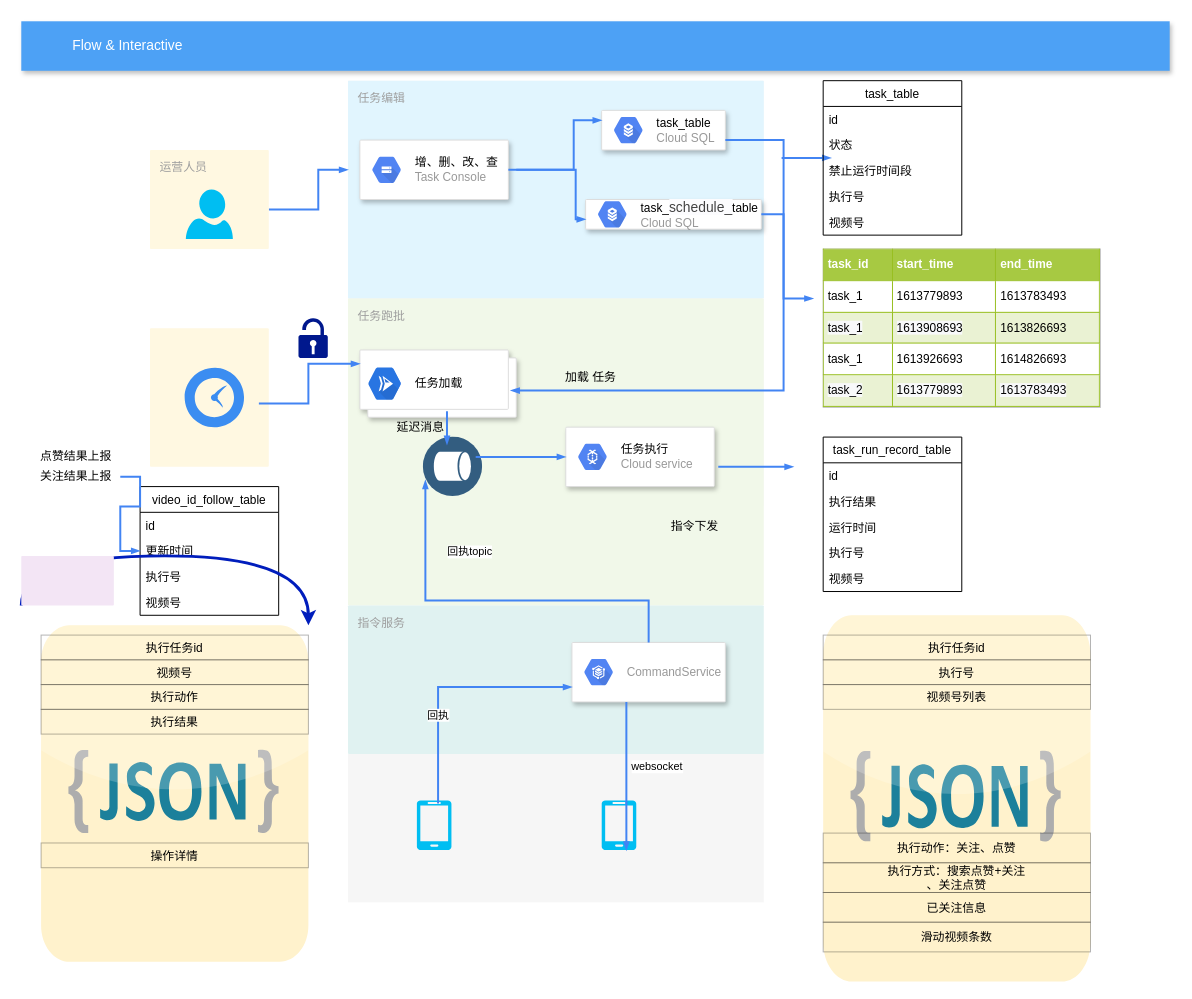
The draw.io diagram craft/task_magr1.drawio in feihu618/drawio, before the edit. Source tidied: cells renumbered, new cells numbered last; positions are measured from the earlier drawing's top-left corner, leaving out a move shared by most shapes. Both pictures are drawn from the tidied source at 99%, with x=0, y=0 at pixel (21, 21).
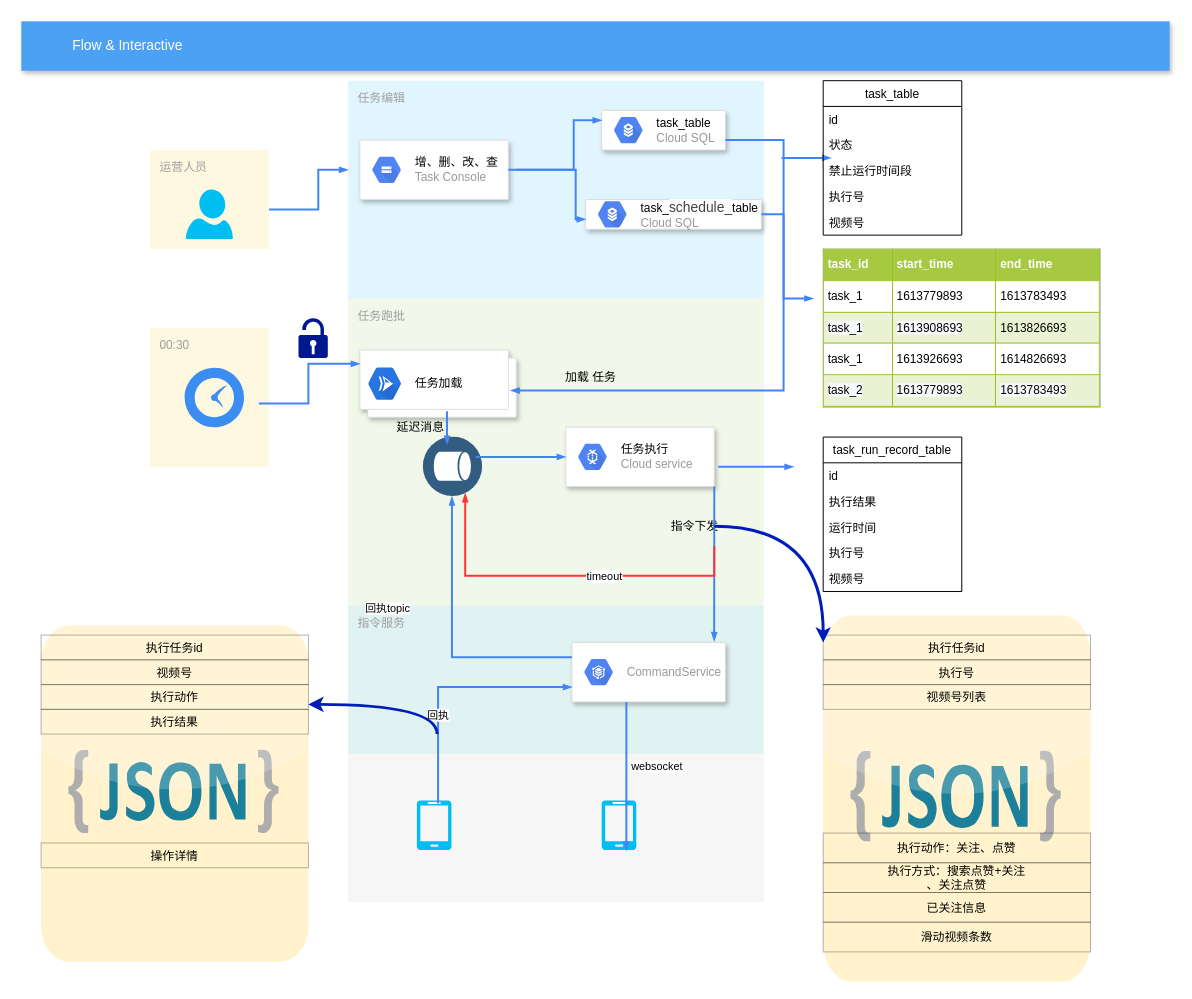
After the change.

Unchanged cells that the change refers to:
```xml
<mxCell id="33" style="strokeColor=#dddddd;fillColor=#ffffff;shadow=1;strokeWidth=1;rounded=1;absoluteArcSize=1;arcSize=2;fontSize=10;fontColor=#9E9E9E;align=center;html=1;" parent="1" vertex="1">
  <mxGeometry x="550" y="410" width="150" height="60" as="geometry" />
</mxCell>
<mxCell id="38" style="perimeter=ellipsePerimeter;html=1;align=center;shadow=0;dashed=0;fontColor=#4277BB;labelBackgroundColor=#ffffff;fontSize=12;spacingTop=3;image;image=img/lib/ibm/data/data_services.svg;direction=south;" parent="1" vertex="1">
  <mxGeometry x="405" y="420" width="60" height="60" as="geometry" />
</mxCell>
<mxCell id="65" style="dashed=0;outlineConnect=0;html=1;align=center;labelPosition=center;verticalLabelPosition=bottom;verticalAlign=top;shape=mxgraph.webicons.json_2;fillColor=#fff2cc;strokeColor=#d6b656;" parent="1" vertex="1">
  <mxGeometry x="20" y="610" width="270" height="340" as="geometry" />
</mxCell>
<mxCell id="79" style="strokeColor=#dddddd;shadow=1;strokeWidth=1;rounded=1;absoluteArcSize=1;arcSize=2;" parent="1" vertex="1">
  <mxGeometry x="556.2" y="627.5" width="155" height="60" as="geometry" />
</mxCell>
```

The edit, as a diff of the source:
```diff
@@
-    <mxCell id="7" style="rounded=1;absoluteArcSize=1;arcSize=2;html=1;strokeColor=none;gradientColor=none;shadow=0;dashed=0;strokeColor=none;fontSize=12;fontColor=#9E9E9E;align=left;verticalAlign=top;spacing=10;spacingTop=-4;fillColor=#FFF8E1;" parent="1" vertex="1">
+    <mxCell id="7" value="00:30" style="rounded=1;absoluteArcSize=1;arcSize=2;html=1;strokeColor=none;gradientColor=none;shadow=0;dashed=0;strokeColor=none;fontSize=12;fontColor=#9E9E9E;align=left;verticalAlign=top;spacing=10;spacingTop=-4;fillColor=#FFF8E1;" parent="1" vertex="1">
       <mxGeometry x="130" y="310" width="120" height="140" as="geometry" />
     </mxCell>
@@
-    <mxCell id="53" value="video_id_follow_table" style="swimlane;fontStyle=0;horizontal=1;startSize=26;fillColor=none;" parent="1" vertex="1">
-      <mxGeometry x="120" y="470" width="140" height="130" as="geometry" />
-    </mxCell>
-    <mxCell id="54" value="id" style="text;strokeColor=none;fillColor=none;align=left;verticalAlign=top;spacingLeft=4;spacingRight=4;overflow=hidden;" parent="53" vertex="1">
-      <mxGeometry y="26" width="140" height="26" as="geometry" />
-    </mxCell>
-    <mxCell id="55" value="更新时间" style="text;strokeColor=none;fillColor=none;align=left;verticalAlign=top;spacingLeft=4;spacingRight=4;overflow=hidden;" parent="53" vertex="1">
-      <mxGeometry y="52" width="140" height="26" as="geometry" />
-    </mxCell>
-    <mxCell id="56" value="执行号" style="text;strokeColor=none;fillColor=none;align=left;verticalAlign=top;spacingLeft=4;spacingRight=4;overflow=hidden;" parent="53" vertex="1">
-      <mxGeometry y="78" width="140" height="26" as="geometry" />
-    </mxCell>
-    <mxCell id="57" value="视频号" style="text;strokeColor=none;fillColor=none;align=left;verticalAlign=top;spacingLeft=4;spacingRight=4;overflow=hidden;" parent="53" vertex="1">
-      <mxGeometry y="104" width="140" height="26" as="geometry" />
-    </mxCell>
@@
-    <mxCell id="66" style="edgeStyle=orthogonalEdgeStyle;jettySize=auto;html=1;exitX=0;exitY=1;exitDx=0;exitDy=0;exitPerimeter=0;curved=1;fillColor=#0050ef;strokeColor=#001DBC;strokeWidth=3;" parent="1" edge="1" source="67" target="65">
-      <mxGeometry relative="1" as="geometry">
-        <Array as="points">
-          <mxPoint x="290" y="540" />
-        </Array>
-      </mxGeometry>
-    </mxCell>
-    <mxCell id="67" style="points=[[0,0,0],[0.25,0,0],[0.5,0,0],[0.75,0,0],[1,0,0],[1,0.25,0],[1,0.5,0],[1,0.75,0],[1,1,0],[0.75,1,0],[0.5,1,0],[0.25,1,0],[0,1,0],[0,0.75,0],[0,0.5,0],[0,0.25,0]];rounded=1;absoluteArcSize=1;arcSize=2;html=1;strokeColor=none;gradientColor=none;shadow=0;dashed=0;fontSize=12;fontColor=#9E9E9E;align=left;verticalAlign=top;spacing=10;spacingTop=-4;fillColor=#F3E5F5;" parent="1" vertex="1">
-      <mxGeometry y="540" width="93.5" height="50" as="geometry" />
-    </mxCell>
-    <mxCell id="68" value="关注结果上报" style="text;html=1;align=center;verticalAlign=middle;points=[];fillColor=none;strokeColor=none;rounded=0;" parent="1" vertex="1">
-      <mxGeometry x="10" y="450" width="90" height="20" as="geometry" />
-    </mxCell>
-    <mxCell id="69" value="点赞结果上报" style="text;html=1;align=center;verticalAlign=middle;fillColor=none;strokeColor=none;rounded=0;" parent="1" vertex="1">
-      <mxGeometry x="10" y="430" width="90" height="20" as="geometry" />
-    </mxCell>
-    <mxCell id="70" style="edgeStyle=orthogonalEdgeStyle;rounded=0;html=1;labelBackgroundColor=none;startFill=1;startSize=4;endArrow=blockThin;endFill=1;endSize=4;jettySize=auto;strokeColor=#4284F3;strokeWidth=2;fontSize=12;fontColor=#000000;align=center;dashed=0;" parent="1" edge="1" source="68" target="53">
-      <mxGeometry relative="1" as="geometry" />
-    </mxCell>
@@
-    <mxCell id="85" style="edgeStyle=orthogonalEdgeStyle;rounded=0;html=1;labelBackgroundColor=none;startFill=1;startSize=4;endArrow=blockThin;endFill=1;endSize=4;jettySize=auto;strokeColor=#4284F3;strokeWidth=2;fontSize=12;fontColor=#000000;align=center;dashed=0;entryX=0.75;entryY=1;entryDx=0;entryDy=0;" parent="1" edge="1" source="79" target="38">
+    <mxCell id="85" style="edgeStyle=orthogonalEdgeStyle;rounded=0;html=1;labelBackgroundColor=none;startFill=1;startSize=4;endArrow=blockThin;endFill=1;endSize=4;jettySize=auto;strokeColor=#4284F3;strokeWidth=2;fontSize=12;fontColor=#000000;align=center;dashed=0;entryX=1;entryY=0.5;entryDx=0;entryDy=0;exitX=0;exitY=0.25;exitDx=0;exitDy=0;" parent="1" edge="1" source="79" target="38">
       <mxGeometry relative="1" as="geometry">
         <Array as="points">
-          <mxPoint x="633" y="585" />
-          <mxPoint x="408" y="585" />
+          <mxPoint x="435" y="643" />
         </Array>
       </mxGeometry>
     </mxCell>
@@
+    <mxCell id="87" style="edgeStyle=orthogonalEdgeStyle;rounded=0;html=1;labelBackgroundColor=none;startFill=1;startSize=4;endArrow=blockThin;endFill=1;endSize=4;jettySize=auto;strokeColor=#4284F3;strokeWidth=2;fontSize=12;fontColor=#000000;align=center;dashed=0;entryX=0.927;entryY=-0.025;entryDx=0;entryDy=0;entryPerimeter=0;exitX=1;exitY=1;exitDx=0;exitDy=0;" parent="1" edge="1" source="33" target="79">
+      <mxGeometry relative="1" as="geometry">
+        <Array as="points">
+          <mxPoint x="700" y="480" />
+          <mxPoint x="700" y="480" />
+        </Array>
+      </mxGeometry>
+    </mxCell>
+    <mxCell id="88" style="edgeStyle=orthogonalEdgeStyle;rounded=0;html=1;labelBackgroundColor=none;startFill=1;startSize=4;endArrow=blockThin;endFill=1;endSize=4;jettySize=auto;strokeWidth=2;fontSize=12;fontColor=#000000;align=center;dashed=0;strokeColor=#FF3333;entryX=1;entryY=0.25;entryDx=0;entryDy=0;" parent="1" edge="1" target="38">
+      <mxGeometry relative="1" as="geometry">
+        <mxPoint x="700" y="530" as="sourcePoint" />
+        <Array as="points">
+          <mxPoint x="700" y="560" />
+          <mxPoint x="448" y="560" />
+        </Array>
+      </mxGeometry>
+    </mxCell>
+    <mxCell id="89" value="timeout" style="edgeLabel;html=1;align=center;verticalAlign=middle;" parent="88" vertex="1">
+      <mxGeometry x="-0.22" relative="1" as="geometry" />
+    </mxCell>
+    <mxCell id="66" style="edgeStyle=orthogonalEdgeStyle;jettySize=auto;html=1;curved=1;fillColor=#0050ef;strokeColor=#001DBC;strokeWidth=3;" parent="1" edge="1" target="65">
+      <mxGeometry relative="1" as="geometry">
+        <mxPoint x="420" y="720" as="sourcePoint" />
+        <Array as="points">
+          <mxPoint x="420" y="690" />
+        </Array>
+      </mxGeometry>
+    </mxCell>
+    <mxCell id="90" style="edgeStyle=orthogonalEdgeStyle;orthogonalLoop=1;jettySize=auto;html=1;curved=1;fillColor=#0050ef;strokeColor=#001DBC;strokeWidth=3;" parent="1" edge="1">
+      <mxGeometry relative="1" as="geometry">
+        <mxPoint x="700" y="510" as="sourcePoint" />
+        <mxPoint x="810" y="627.5" as="targetPoint" />
+        <Array as="points">
+          <mxPoint x="810" y="510" />
+        </Array>
+      </mxGeometry>
+    </mxCell>
```
